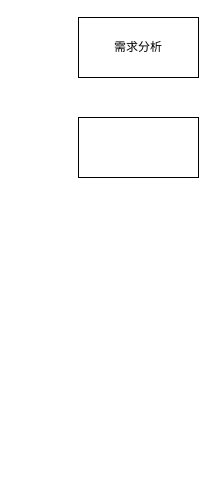
This is 图2-1.drawio from ciky1210/MachineLearning_Ng, a draw.io file, before an edit. Source tidied: cells renumbered, new cells numbered last; positions are measured from the earlier drawing's top-left corner, leaving out a move shared by most shapes. Both pictures are drawn from the tidied source at 100%, with x=0, y=0 at pixel (78, 17).
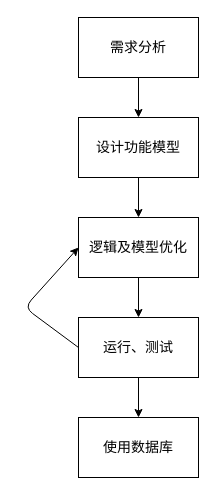
Above is the later version.

Change to the diagram source:
```diff
@@
 <mxGraphModel>
   <root>
     <mxCell id="0" />
     <mxCell id="1" parent="0" />
-    <mxCell id="2" value="需求分析" style="rounded=0;whiteSpace=wrap;html=1;" parent="1" vertex="1">
+    <mxCell id="2" value="&lt;font style=&quot;font-size: 14px&quot;&gt;需求分析&lt;/font&gt;" style="rounded=0;whiteSpace=wrap;html=1;" parent="1" vertex="1">
       <mxGeometry width="120" height="60" as="geometry" />
     </mxCell>
-    <mxCell id="3" style="rounded=0;whiteSpace=wrap;html=1;" parent="1" vertex="1">
+    <mxCell id="3" value="&lt;font style=&quot;font-size: 14px&quot;&gt;设计功能模型&lt;/font&gt;" style="rounded=0;whiteSpace=wrap;html=1;" parent="1" vertex="1">
       <mxGeometry y="100" width="120" height="60" as="geometry" />
     </mxCell>
+    <mxCell id="4" value="&lt;font style=&quot;font-size: 14px&quot;&gt;逻辑及模型优化&lt;/font&gt;" style="rounded=0;whiteSpace=wrap;html=1;" parent="1" vertex="1">
+      <mxGeometry y="200" width="120" height="60" as="geometry" />
+    </mxCell>
+    <mxCell id="5" value="&lt;font style=&quot;font-size: 14px&quot;&gt;运行、测试&lt;/font&gt;" style="rounded=0;whiteSpace=wrap;html=1;" parent="1" vertex="1">
+      <mxGeometry y="300" width="120" height="60" as="geometry" />
+    </mxCell>
+    <mxCell id="6" value="&lt;font style=&quot;font-size: 14px&quot;&gt;使用数据库&lt;/font&gt;" style="rounded=0;whiteSpace=wrap;html=1;" parent="1" vertex="1">
+      <mxGeometry y="400" width="120" height="60" as="geometry" />
+    </mxCell>
+    <mxCell id="7" style="endArrow=classic;html=1;exitX=0.5;exitY=1;exitDx=0;exitDy=0;entryX=0.5;entryY=0;entryDx=0;entryDy=0;" parent="1" edge="1" source="3" target="4">
+      <mxGeometry relative="1" as="geometry" />
+    </mxCell>
+    <mxCell id="8" style="endArrow=classic;html=1;exitX=0.5;exitY=1;exitDx=0;exitDy=0;" parent="1" edge="1" source="4" target="5">
+      <mxGeometry relative="1" as="geometry" />
+    </mxCell>
+    <mxCell id="9" style="endArrow=classic;html=1;exitX=0.5;exitY=1;exitDx=0;exitDy=0;entryX=0.5;entryY=0;entryDx=0;entryDy=0;" parent="1" edge="1" source="5" target="6">
+      <mxGeometry relative="1" as="geometry" />
+    </mxCell>
+    <mxCell id="10" style="endArrow=classic;html=1;exitX=0;exitY=0.5;exitDx=0;exitDy=0;entryX=0;entryY=0.5;entryDx=0;entryDy=0;" parent="1" edge="1" source="5" target="4">
+      <mxGeometry relative="1" as="geometry">
+        <Array as="points">
+          <mxPoint x="-54" y="290" />
+        </Array>
+      </mxGeometry>
+    </mxCell>
+    <mxCell id="11" style="endArrow=classic;html=1;exitX=0.5;exitY=1;exitDx=0;exitDy=0;" parent="1" edge="1" source="2" target="3">
+      <mxGeometry relative="1" as="geometry" />
+    </mxCell>
   </root>
 </mxGraphModel>
```
